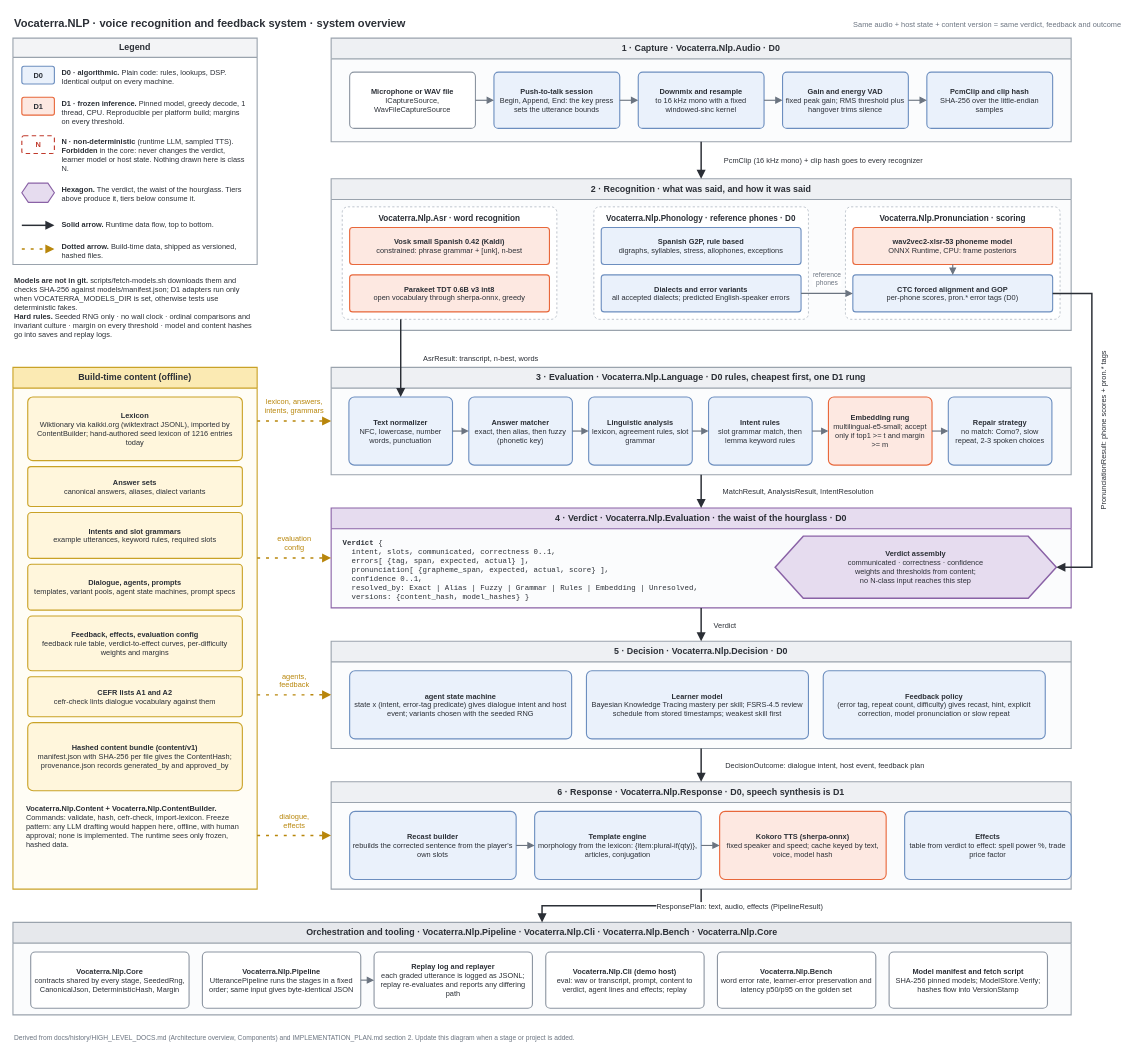
The draw.io diagram docs/nlp/diagrams/system-overview.drawio in james-d12/Vocaterra, before the edit. Source tidied: cells renumbered, new cells numbered last; positions are measured from the earlier drawing's top-left corner, leaving out a move shared by most shapes. Both pictures are drawn from the tidied source at 74%, with x=0, y=0 at pixel (13, 13).
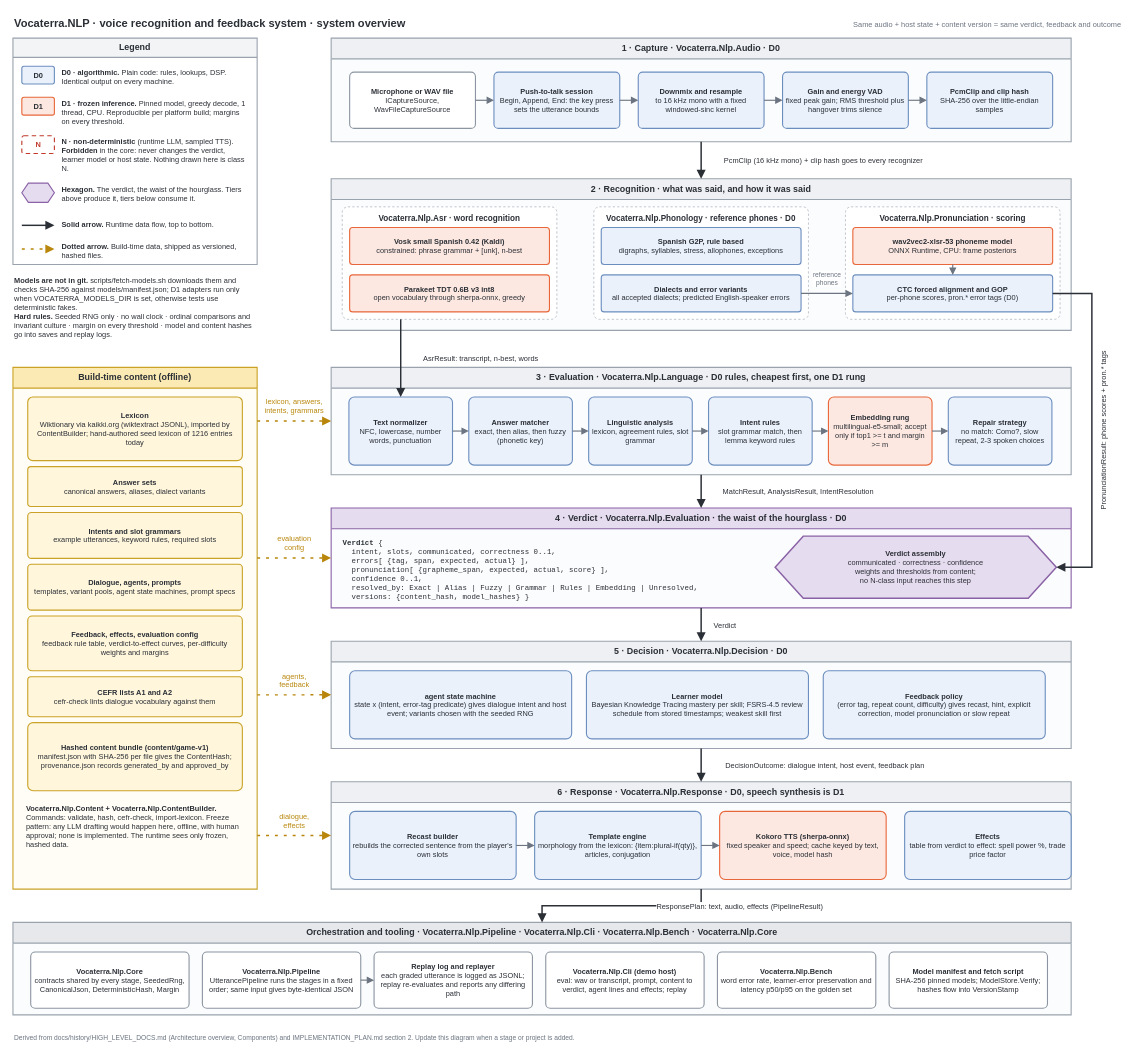
The same diagram, later.

Unchanged cells that the change refers to:
```xml
<mxCell id="58" value="Build-time content (offline)" style="swimlane;startSize=28;whiteSpace=wrap;html=1;fontFamily=Helvetica;fontSize=12;fontStyle=1;fontColor=#2b2f36;fillColor=#fbeab3;strokeColor=#c9a227;swimlaneFillColor=#fffdf5;strokeWidth=1.5;" parent="1" vertex="1">
  <mxGeometry y="479" width="330" height="705" as="geometry" />
</mxCell>
```

Change to the diagram source:
```diff
@@
-    <mxCell id="65" value="&lt;b&gt;Hashed content bundle (content/v1)&lt;/b&gt;&lt;br&gt;manifest.json with SHA-256 per file gives the ContentHash; provenance.json records generated_by and approved_by" style="rounded=1;arcSize=8;whiteSpace=wrap;html=1;fontFamily=Helvetica;fontSize=10;fontColor=#2b2f36;fillColor=#fff6dc;strokeColor=#c9a227;strokeWidth=1.5;align=center;verticalAlign=middle;spacing=4;" parent="58" vertex="1">
+    <mxCell id="65" value="&lt;b&gt;Hashed content bundle (content/game-v1)&lt;/b&gt;&lt;br&gt;manifest.json with SHA-256 per file gives the ContentHash; provenance.json records generated_by and approved_by" style="rounded=1;arcSize=8;whiteSpace=wrap;html=1;fontFamily=Helvetica;fontSize=10;fontColor=#2b2f36;fillColor=#fff6dc;strokeColor=#c9a227;strokeWidth=1.5;align=center;verticalAlign=middle;spacing=4;" parent="58" vertex="1">
       <mxGeometry x="20" y="480" width="290" height="92" as="geometry" />
     </mxCell>
```
